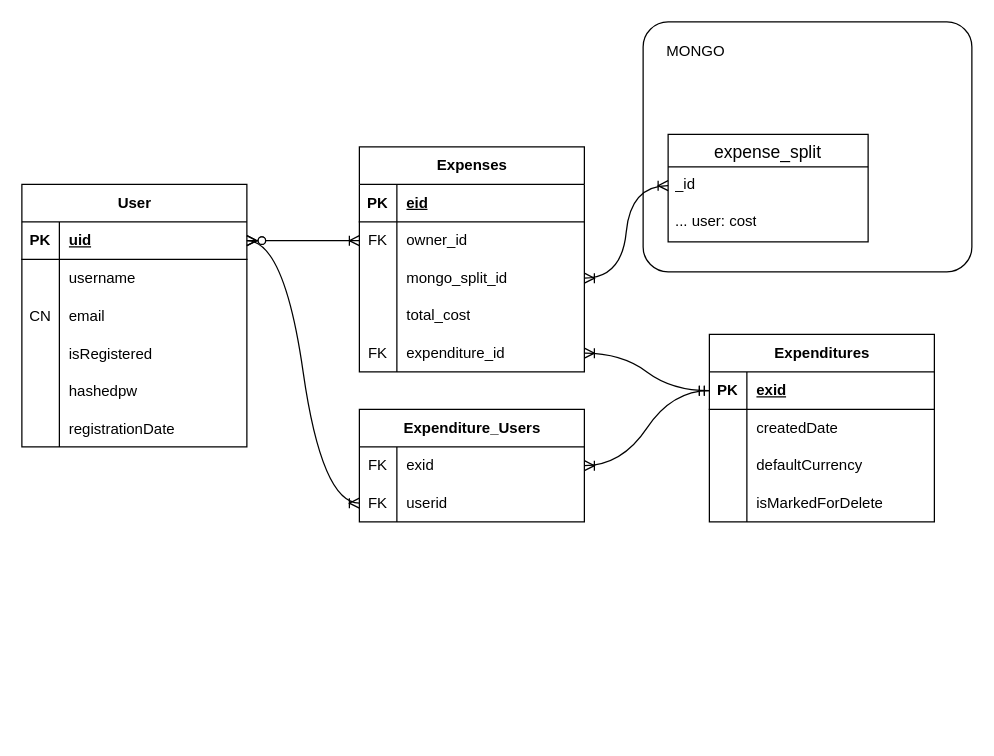
al-uminium/pmb-backend keeps this draw.io diagram as PPM Schema.drawio. Above is the earlier version. Source tidied: cells renumbered, new cells numbered last; positions are measured from the earlier drawing's top-left corner, leaving out a move shared by most shapes. Both pictures are drawn from the tidied source at 125%, with x=0, y=0 at pixel (21, 21).
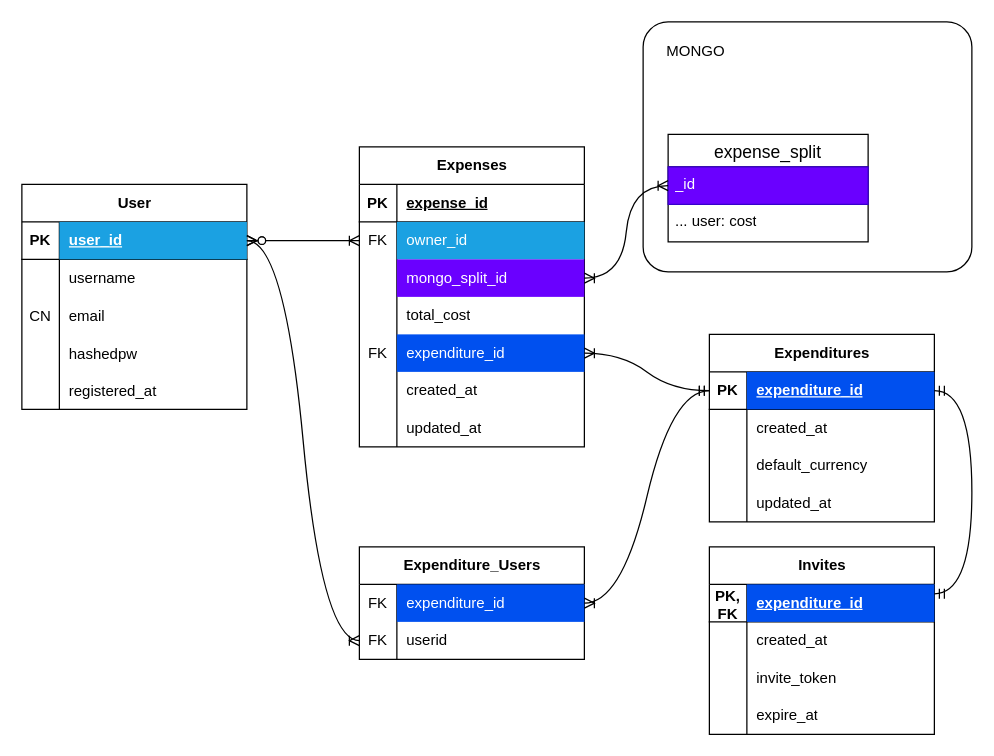
The same diagram, later.

Unchanged cells that the change refers to:
```xml
<mxCell id="4" style="shape=tableRow;horizontal=0;startSize=0;swimlaneHead=0;swimlaneBody=0;fillColor=none;points=[[0,0.5],[1,0.5]];portConstraint=eastwest;top=0;left=0;right=0;bottom=1;" parent="3" vertex="1">
  <mxGeometry y="30" width="180" height="30" as="geometry" />
</mxCell>
<mxCell id="23" style="shape=tableRow;horizontal=0;startSize=0;swimlaneHead=0;swimlaneBody=0;fillColor=none;top=0;left=0;right=0;bottom=1;" parent="22" vertex="1">
  <mxGeometry y="30" width="180" height="30" as="geometry" />
</mxCell>
<mxCell id="26" style="shape=tableRow;horizontal=0;startSize=0;swimlaneHead=0;swimlaneBody=0;fillColor=none;points=[[0,0.5],[1,0.5]];portConstraint=eastwest;top=0;left=0;right=0;bottom=0;" parent="22" vertex="1">
  <mxGeometry y="60" width="180" height="30" as="geometry" />
</mxCell>
<mxCell id="29" style="shape=tableRow;horizontal=0;startSize=0;swimlaneHead=0;swimlaneBody=0;fillColor=none;points=[[0,0.5],[1,0.5]];portConstraint=eastwest;top=0;left=0;right=0;bottom=0;" parent="22" vertex="1">
  <mxGeometry y="90" width="180" height="30" as="geometry" />
</mxCell>
<mxCell id="35" style="shape=tableRow;horizontal=0;startSize=0;swimlaneHead=0;swimlaneBody=0;fillColor=none;points=[[0,0.5],[1,0.5]];portConstraint=eastwest;top=0;left=0;right=0;bottom=0;" parent="22" vertex="1">
  <mxGeometry y="150" width="180" height="30" as="geometry" />
</mxCell>
<mxCell id="38" value="expense_split" style="swimlane;fontStyle=0;horizontal=1;startSize=26;align=center;fontSize=14;" parent="1" vertex="1">
  <mxGeometry x="517" y="90" width="160" height="86" as="geometry" />
</mxCell>
<mxCell id="42" value="Expenditures" style="shape=table;startSize=30;childLayout=tableLayout;rowLines=0;fontStyle=1;align=center;html=1;" parent="1" vertex="1">
  <mxGeometry x="550" y="250" width="180" height="150" as="geometry" />
</mxCell>
<mxCell id="43" style="shape=tableRow;horizontal=0;startSize=0;swimlaneHead=0;swimlaneBody=0;fillColor=none;points=[[0,0.5],[1,0.5]];portConstraint=eastwest;top=0;left=0;right=0;bottom=1;" parent="42" vertex="1">
  <mxGeometry y="30" width="180" height="30" as="geometry" />
</mxCell>
<mxCell id="46" style="shape=tableRow;horizontal=0;startSize=0;swimlaneHead=0;swimlaneBody=0;fillColor=none;top=0;left=0;right=0;bottom=0;" parent="42" vertex="1">
  <mxGeometry y="60" width="180" height="30" as="geometry" />
</mxCell>
<mxCell id="49" style="shape=tableRow;horizontal=0;startSize=0;swimlaneHead=0;swimlaneBody=0;fillColor=none;top=0;left=0;right=0;bottom=0;" parent="42" vertex="1">
  <mxGeometry y="90" width="180" height="30" as="geometry" />
</mxCell>
<mxCell id="58" style="shape=tableRow;horizontal=0;startSize=0;swimlaneHead=0;swimlaneBody=0;fillColor=none;points=[[0,0.5],[1,0.5]];portConstraint=eastwest;top=0;left=0;right=0;bottom=0;" parent="57" vertex="1">
  <mxGeometry y="30" width="180" height="30" as="geometry" />
</mxCell>
```

Diff of the diagram source:
```diff
@@
     <mxCell id="3" value="User" style="shape=table;startSize=30;childLayout=tableLayout;rowLines=0;fontStyle=1;align=center;html=1;" parent="1" vertex="1">
-      <mxGeometry y="130" width="180" height="210" as="geometry" />
+      <mxGeometry y="130" width="180" height="180" as="geometry" />
     </mxCell>
@@
-    <mxCell id="6" value="uid" style="shape=partialRectangle;fillColor=none;top=0;left=0;bottom=0;right=0;align=left;spacingLeft=6;fontStyle=5;overflow=hidden;whiteSpace=wrap;html=1;" parent="4" vertex="1">
+    <mxCell id="6" value="user_id" style="shape=partialRectangle;fillColor=#1ba1e2;top=0;left=0;bottom=0;right=0;align=left;spacingLeft=6;fontStyle=5;overflow=hidden;whiteSpace=wrap;html=1;fontColor=#ffffff;strokeColor=#006EAF;" parent="4" vertex="1">
       <mxGeometry x="30" width="150" height="30" as="geometry" />
     </mxCell>
@@
-    <mxCell id="13" style="shape=tableRow;horizontal=0;startSize=0;swimlaneHead=0;swimlaneBody=0;fillColor=none;top=0;left=0;right=0;bottom=0;" parent="3" vertex="1">
-      <mxGeometry y="120" width="180" height="30" as="geometry" />
-    </mxCell>
-    <mxCell id="14" style="shape=partialRectangle;fillColor=none;top=0;left=0;bottom=0;right=0;overflow=hidden;" parent="13" vertex="1">
-      <mxGeometry width="30" height="30" as="geometry" />
-    </mxCell>
-    <mxCell id="15" value="isRegistered" style="shape=partialRectangle;fillColor=none;top=0;left=0;bottom=0;right=0;align=left;spacingLeft=6;overflow=hidden;" parent="13" vertex="1">
-      <mxGeometry x="30" width="150" height="30" as="geometry" />
-    </mxCell>
     <mxCell id="16" style="shape=tableRow;horizontal=0;startSize=0;swimlaneHead=0;swimlaneBody=0;fillColor=none;top=0;left=0;right=0;bottom=0;" parent="3" vertex="1">
-      <mxGeometry y="150" width="180" height="30" as="geometry" />
+      <mxGeometry y="120" width="180" height="30" as="geometry" />
     </mxCell>
@@
     <mxCell id="19" style="shape=tableRow;horizontal=0;startSize=0;swimlaneHead=0;swimlaneBody=0;fillColor=none;top=0;left=0;right=0;bottom=0;" parent="3" vertex="1">
-      <mxGeometry y="180" width="180" height="30" as="geometry" />
+      <mxGeometry y="150" width="180" height="30" as="geometry" />
     </mxCell>
@@
-    <mxCell id="21" value="registrationDate" style="shape=partialRectangle;fillColor=none;top=0;left=0;bottom=0;right=0;align=left;spacingLeft=6;overflow=hidden;" parent="19" vertex="1">
+    <mxCell id="21" value="registered_at" style="shape=partialRectangle;fillColor=none;top=0;left=0;bottom=0;right=0;align=left;spacingLeft=6;overflow=hidden;" parent="19" vertex="1">
       <mxGeometry x="30" width="150" height="30" as="geometry" />
     </mxCell>
     <mxCell id="22" value="Expenses" style="shape=table;startSize=30;childLayout=tableLayout;rowLines=0;fontStyle=1;align=center;html=1;" parent="1" vertex="1">
-      <mxGeometry x="270" y="100" width="180" height="180" as="geometry" />
+      <mxGeometry x="270" y="100" width="180" height="240" as="geometry" />
     </mxCell>
@@
-    <mxCell id="25" value="eid" style="shape=partialRectangle;fillColor=none;top=0;left=0;bottom=0;right=0;align=left;spacingLeft=6;fontStyle=5;overflow=hidden;whiteSpace=wrap;html=1;" parent="23" vertex="1">
+    <mxCell id="25" value="expense_id" style="shape=partialRectangle;fillColor=none;top=0;left=0;bottom=0;right=0;align=left;spacingLeft=6;fontStyle=5;overflow=hidden;whiteSpace=wrap;html=1;" parent="23" vertex="1">
       <mxGeometry x="30" width="150" height="30" as="geometry" />
     </mxCell>
@@
-    <mxCell id="28" value="owner_id" style="shape=partialRectangle;fillColor=none;top=0;left=0;bottom=0;right=0;align=left;spacingLeft=6;fontStyle=0;overflow=hidden;whiteSpace=wrap;html=1;" parent="26" vertex="1">
+    <mxCell id="28" value="owner_id" style="shape=partialRectangle;fillColor=#1ba1e2;top=0;left=0;bottom=0;right=0;align=left;spacingLeft=6;fontStyle=0;overflow=hidden;whiteSpace=wrap;html=1;fontColor=#ffffff;strokeColor=#006EAF;" parent="26" vertex="1">
       <mxGeometry x="30" width="150" height="30" as="geometry" />
     </mxCell>
@@
-    <mxCell id="31" value="mongo_split_id" style="shape=partialRectangle;fillColor=none;top=0;left=0;bottom=0;right=0;align=left;spacingLeft=6;overflow=hidden;whiteSpace=wrap;html=1;" parent="29" vertex="1">
+    <mxCell id="31" value="mongo_split_id" style="shape=partialRectangle;fillColor=#6a00ff;top=0;left=0;bottom=0;right=0;align=left;spacingLeft=6;overflow=hidden;whiteSpace=wrap;html=1;fontColor=#ffffff;strokeColor=#3700CC;" parent="29" vertex="1">
       <mxGeometry x="30" width="150" height="30" as="geometry" />
     </mxCell>
@@
-    <mxCell id="37" value="expenditure_id" style="shape=partialRectangle;fillColor=none;top=0;left=0;bottom=0;right=0;align=left;spacingLeft=6;overflow=hidden;whiteSpace=wrap;html=1;" parent="35" vertex="1">
+    <mxCell id="37" value="expenditure_id" style="shape=partialRectangle;fillColor=#0050ef;top=0;left=0;bottom=0;right=0;align=left;spacingLeft=6;overflow=hidden;whiteSpace=wrap;html=1;fontColor=#ffffff;strokeColor=#001DBC;" parent="35" vertex="1">
       <mxGeometry x="30" width="150" height="30" as="geometry" />
     </mxCell>
+    <mxCell id="67" style="shape=tableRow;horizontal=0;startSize=0;swimlaneHead=0;swimlaneBody=0;fillColor=none;top=0;left=0;right=0;bottom=0;" parent="22" vertex="1">
+      <mxGeometry y="180" width="180" height="30" as="geometry" />
+    </mxCell>
+    <mxCell id="68" style="shape=partialRectangle;fillColor=none;top=0;left=0;bottom=0;right=0;overflow=hidden;whiteSpace=wrap;html=1;" parent="67" vertex="1">
+      <mxGeometry width="30" height="30" as="geometry" />
+    </mxCell>
+    <mxCell id="69" value="created_at" style="shape=partialRectangle;fillColor=none;top=0;left=0;bottom=0;right=0;align=left;spacingLeft=6;overflow=hidden;whiteSpace=wrap;html=1;" parent="67" vertex="1">
+      <mxGeometry x="30" width="150" height="30" as="geometry" />
+    </mxCell>
+    <mxCell id="70" style="shape=tableRow;horizontal=0;startSize=0;swimlaneHead=0;swimlaneBody=0;fillColor=none;top=0;left=0;right=0;bottom=0;" parent="22" vertex="1">
+      <mxGeometry y="210" width="180" height="30" as="geometry" />
+    </mxCell>
+    <mxCell id="71" style="shape=partialRectangle;fillColor=none;top=0;left=0;bottom=0;right=0;overflow=hidden;whiteSpace=wrap;html=1;" parent="70" vertex="1">
+      <mxGeometry width="30" height="30" as="geometry" />
+    </mxCell>
+    <mxCell id="72" value="updated_at" style="shape=partialRectangle;fillColor=none;top=0;left=0;bottom=0;right=0;align=left;spacingLeft=6;overflow=hidden;whiteSpace=wrap;html=1;" parent="70" vertex="1">
+      <mxGeometry x="30" width="150" height="30" as="geometry" />
+    </mxCell>
@@
-    <mxCell id="39" value="_id" style="text;strokeColor=none;fillColor=none;spacingLeft=4;spacingRight=4;overflow=hidden;points=[[0,0.5],[1,0.5]];portConstraint=eastwest;fontSize=12;whiteSpace=wrap;html=1;" parent="38" vertex="1">
+    <mxCell id="39" value="_id" style="text;strokeColor=#3700CC;fillColor=#6a00ff;spacingLeft=4;spacingRight=4;overflow=hidden;points=[[0,0.5],[1,0.5]];portConstraint=eastwest;fontSize=12;whiteSpace=wrap;html=1;fontColor=#ffffff;" parent="38" vertex="1">
       <mxGeometry y="26" width="160" height="30" as="geometry" />
     </mxCell>
@@
-    <mxCell id="45" value="exid" style="shape=partialRectangle;fillColor=none;top=0;left=0;bottom=0;right=0;align=left;spacingLeft=6;fontStyle=5;overflow=hidden;whiteSpace=wrap;html=1;" parent="43" vertex="1">
+    <mxCell id="45" value="expenditure_id" style="shape=partialRectangle;fillColor=#0050ef;top=0;left=0;bottom=0;right=0;align=left;spacingLeft=6;fontStyle=5;overflow=hidden;whiteSpace=wrap;html=1;fontColor=#ffffff;strokeColor=#001DBC;" parent="43" vertex="1">
       <mxGeometry x="30" width="150" height="30" as="geometry" />
     </mxCell>
@@
-    <mxCell id="48" value="createdDate" style="shape=partialRectangle;fillColor=none;top=0;left=0;bottom=0;right=0;align=left;spacingLeft=6;overflow=hidden;whiteSpace=wrap;html=1;" parent="46" vertex="1">
+    <mxCell id="48" value="created_at" style="shape=partialRectangle;fillColor=none;top=0;left=0;bottom=0;right=0;align=left;spacingLeft=6;overflow=hidden;whiteSpace=wrap;html=1;" parent="46" vertex="1">
       <mxGeometry x="30" width="150" height="30" as="geometry" />
     </mxCell>
@@
-    <mxCell id="51" value="defaultCurrency" style="shape=partialRectangle;fillColor=none;top=0;left=0;bottom=0;right=0;align=left;spacingLeft=6;overflow=hidden;whiteSpace=wrap;html=1;" parent="49" vertex="1">
+    <mxCell id="51" value="default_currency" style="shape=partialRectangle;fillColor=none;top=0;left=0;bottom=0;right=0;align=left;spacingLeft=6;overflow=hidden;whiteSpace=wrap;html=1;" parent="49" vertex="1">
       <mxGeometry x="30" width="150" height="30" as="geometry" />
     </mxCell>
-    <mxCell id="52" style="shape=tableRow;horizontal=0;startSize=0;swimlaneHead=0;swimlaneBody=0;fillColor=none;top=0;left=0;right=0;bottom=0;" parent="42" vertex="1">
-      <mxGeometry y="120" width="180" height="30" as="geometry" />
-    </mxCell>
-    <mxCell id="53" style="shape=partialRectangle;fillColor=none;top=0;left=0;bottom=0;right=0;overflow=hidden;whiteSpace=wrap;html=1;" parent="52" vertex="1">
-      <mxGeometry width="30" height="30" as="geometry" />
-    </mxCell>
-    <mxCell id="54" value="isMarkedForDelete" style="shape=partialRectangle;fillColor=none;top=0;left=0;bottom=0;right=0;align=left;spacingLeft=6;overflow=hidden;whiteSpace=wrap;html=1;" parent="52" vertex="1">
-      <mxGeometry x="30" width="150" height="30" as="geometry" />
-    </mxCell>
+    <mxCell id="73" style="shape=tableRow;horizontal=0;startSize=0;swimlaneHead=0;swimlaneBody=0;fillColor=none;top=0;left=0;right=0;bottom=0;" parent="42" vertex="1">
+      <mxGeometry y="120" width="180" height="30" as="geometry" />
+    </mxCell>
+    <mxCell id="74" style="shape=partialRectangle;fillColor=none;top=0;left=0;bottom=0;right=0;overflow=hidden;whiteSpace=wrap;html=1;" parent="73" vertex="1">
+      <mxGeometry width="30" height="30" as="geometry" />
+    </mxCell>
+    <mxCell id="75" value="updated_at" style="shape=partialRectangle;fillColor=none;top=0;left=0;bottom=0;right=0;align=left;spacingLeft=6;overflow=hidden;whiteSpace=wrap;html=1;" parent="73" vertex="1">
+      <mxGeometry x="30" width="150" height="30" as="geometry" />
+    </mxCell>
@@
     <mxCell id="57" value="Expenditure_Users" style="shape=table;startSize=30;childLayout=tableLayout;rowLines=0;fontStyle=1;align=center;html=1;" parent="1" vertex="1">
-      <mxGeometry x="270" y="310" width="180" height="90" as="geometry" />
+      <mxGeometry x="270" y="420" width="180" height="90" as="geometry" />
     </mxCell>
@@
-    <mxCell id="60" value="exid" style="shape=partialRectangle;fillColor=none;top=0;left=0;bottom=0;right=0;align=left;spacingLeft=6;overflow=hidden;whiteSpace=wrap;html=1;" parent="58" vertex="1">
+    <mxCell id="60" value="expenditure_id" style="shape=partialRectangle;fillColor=#0050ef;top=0;left=0;bottom=0;right=0;align=left;spacingLeft=6;overflow=hidden;whiteSpace=wrap;html=1;fontColor=#ffffff;strokeColor=#001DBC;" parent="58" vertex="1">
       <mxGeometry x="30" width="150" height="30" as="geometry" />
     </mxCell>
@@
+    <mxCell id="76" value="Invites" style="shape=table;startSize=30;childLayout=tableLayout;rowLines=0;fontStyle=1;align=center;html=1;" parent="1" vertex="1">
+      <mxGeometry x="550" y="420" width="180" height="150" as="geometry" />
+    </mxCell>
+    <mxCell id="77" style="shape=tableRow;horizontal=0;startSize=0;swimlaneHead=0;swimlaneBody=0;fillColor=none;top=0;left=0;right=0;bottom=1;" parent="76" vertex="1">
+      <mxGeometry y="30" width="180" height="30" as="geometry" />
+    </mxCell>
+    <mxCell id="78" value="PK, FK" style="shape=partialRectangle;fillColor=none;top=0;left=0;bottom=0;right=0;fontStyle=1;overflow=hidden;whiteSpace=wrap;html=1;" parent="77" vertex="1">
+      <mxGeometry width="30" height="30" as="geometry" />
+    </mxCell>
+    <mxCell id="79" value="expenditure_id" style="shape=partialRectangle;fillColor=#0050ef;top=0;left=0;bottom=0;right=0;align=left;spacingLeft=6;fontStyle=5;overflow=hidden;whiteSpace=wrap;html=1;fontColor=#ffffff;strokeColor=#001DBC;" parent="77" vertex="1">
+      <mxGeometry x="30" width="150" height="30" as="geometry" />
+    </mxCell>
+    <mxCell id="80" style="shape=tableRow;horizontal=0;startSize=0;swimlaneHead=0;swimlaneBody=0;fillColor=none;top=0;left=0;right=0;bottom=0;" parent="76" vertex="1">
+      <mxGeometry y="60" width="180" height="30" as="geometry" />
+    </mxCell>
+    <mxCell id="81" style="shape=partialRectangle;fillColor=none;top=0;left=0;bottom=0;right=0;overflow=hidden;whiteSpace=wrap;html=1;" parent="80" vertex="1">
+      <mxGeometry width="30" height="30" as="geometry" />
+    </mxCell>
+    <mxCell id="82" value="created_at" style="shape=partialRectangle;fillColor=none;top=0;left=0;bottom=0;right=0;align=left;spacingLeft=6;overflow=hidden;whiteSpace=wrap;html=1;" parent="80" vertex="1">
+      <mxGeometry x="30" width="150" height="30" as="geometry" />
+    </mxCell>
+    <mxCell id="83" style="shape=tableRow;horizontal=0;startSize=0;swimlaneHead=0;swimlaneBody=0;fillColor=none;top=0;left=0;right=0;bottom=0;" parent="76" vertex="1">
+      <mxGeometry y="90" width="180" height="30" as="geometry" />
+    </mxCell>
+    <mxCell id="84" style="shape=partialRectangle;fillColor=none;top=0;left=0;bottom=0;right=0;overflow=hidden;whiteSpace=wrap;html=1;" parent="83" vertex="1">
+      <mxGeometry width="30" height="30" as="geometry" />
+    </mxCell>
+    <mxCell id="85" value="invite_token" style="shape=partialRectangle;fillColor=none;top=0;left=0;bottom=0;right=0;align=left;spacingLeft=6;overflow=hidden;whiteSpace=wrap;html=1;" parent="83" vertex="1">
+      <mxGeometry x="30" width="150" height="30" as="geometry" />
+    </mxCell>
+    <mxCell id="86" style="shape=tableRow;horizontal=0;startSize=0;swimlaneHead=0;swimlaneBody=0;fillColor=none;top=0;left=0;right=0;bottom=0;" parent="76" vertex="1">
+      <mxGeometry y="120" width="180" height="30" as="geometry" />
+    </mxCell>
+    <mxCell id="87" style="shape=partialRectangle;fillColor=none;top=0;left=0;bottom=0;right=0;overflow=hidden;whiteSpace=wrap;html=1;" parent="86" vertex="1">
+      <mxGeometry width="30" height="30" as="geometry" />
+    </mxCell>
+    <mxCell id="88" value="expire_at" style="shape=partialRectangle;fillColor=none;top=0;left=0;bottom=0;right=0;align=left;spacingLeft=6;overflow=hidden;whiteSpace=wrap;html=1;" parent="86" vertex="1">
+      <mxGeometry x="30" width="150" height="30" as="geometry" />
+    </mxCell>
+    <mxCell id="89" style="edgeStyle=entityRelationEdgeStyle;fontSize=12;html=1;endArrow=ERmandOne;startArrow=ERmandOne;rounded=0;entryX=1;entryY=0.25;entryDx=0;entryDy=0;exitX=1;exitY=0.5;exitDx=0;exitDy=0;curved=1;" parent="1" edge="1" source="43" target="76">
+      <mxGeometry relative="1" as="geometry" />
+    </mxCell>
```
